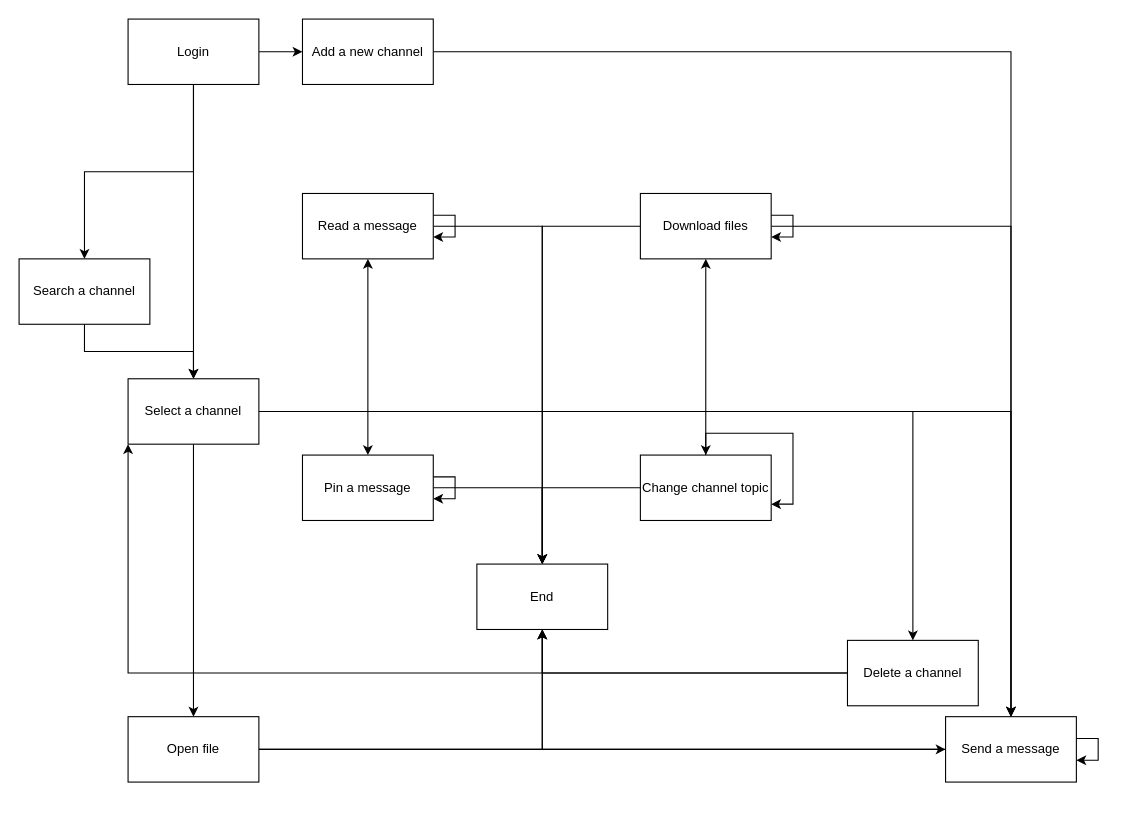
Above: BTLONTest.drawio in frozenproof/dactaphanmem (draw.io), before the change. Source tidied: cells renumbered, new cells numbered last; positions are measured from the earlier drawing's top-left corner, leaving out a move shared by most shapes. Both pictures are drawn from the tidied source at 109%, with x=0, y=0 at pixel (19, 19).
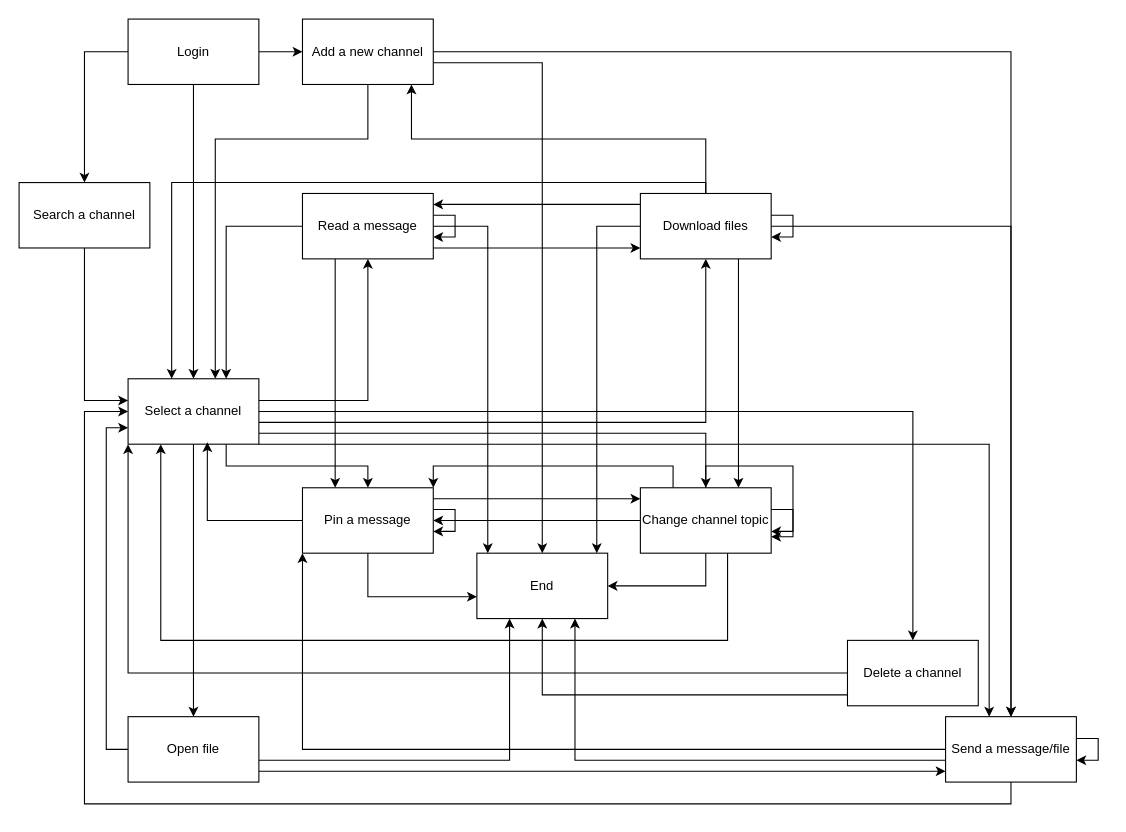
Above is the later version.

The change refers to these unchanged cells:
```xml
<mxCell id="5" value="Login" style="rounded=0;whiteSpace=wrap;html=1;" parent="1" vertex="1">
  <mxGeometry x="100" width="120" height="60" as="geometry" />
</mxCell>
<mxCell id="7" value="Add a new channel" style="rounded=0;whiteSpace=wrap;html=1;" parent="1" vertex="1">
  <mxGeometry x="260" width="120" height="60" as="geometry" />
</mxCell>
<mxCell id="14" value="Delete a channel" style="rounded=0;whiteSpace=wrap;html=1;" parent="1" vertex="1">
  <mxGeometry x="760" y="570" width="120" height="60" as="geometry" />
</mxCell>
<mxCell id="22" value="Select a channel" style="rounded=0;whiteSpace=wrap;html=1;" parent="1" vertex="1">
  <mxGeometry x="100" y="330" width="120" height="60" as="geometry" />
</mxCell>
<mxCell id="27" value="Download files" style="rounded=0;whiteSpace=wrap;html=1;" parent="1" vertex="1">
  <mxGeometry x="570" y="160" width="120" height="60" as="geometry" />
</mxCell>
<mxCell id="34" value="Open file" style="rounded=0;whiteSpace=wrap;html=1;" parent="1" vertex="1">
  <mxGeometry x="100" y="640" width="120" height="60" as="geometry" />
</mxCell>
<mxCell id="36" value="Read a message" style="rounded=0;whiteSpace=wrap;html=1;" parent="1" vertex="1">
  <mxGeometry x="260" y="160" width="120" height="60" as="geometry" />
</mxCell>
```

What changed in the source:
```diff
@@
     <mxCell id="3" style="edgeStyle=orthogonalEdgeStyle;rounded=0;jettySize=auto;html=1;" parent="1" edge="1" source="5" target="11">
-      <mxGeometry relative="1" as="geometry" />
+      <mxGeometry relative="1" as="geometry">
+        <Array as="points">
+          <mxPoint x="60" y="30" />
+        </Array>
+      </mxGeometry>
     </mxCell>
@@
+    <mxCell id="41" style="edgeStyle=orthogonalEdgeStyle;rounded=0;jettySize=auto;html=1;" parent="1" edge="1" source="7" target="30">
+      <mxGeometry relative="1" as="geometry">
+        <Array as="points">
+          <mxPoint x="480" y="40" />
+        </Array>
+      </mxGeometry>
+    </mxCell>
+    <mxCell id="42" style="edgeStyle=orthogonalEdgeStyle;rounded=0;jettySize=auto;html=1;" parent="1" edge="1" source="7" target="22">
+      <mxGeometry relative="1" as="geometry">
+        <Array as="points">
+          <mxPoint x="320" y="110" />
+          <mxPoint x="180" y="110" />
+        </Array>
+      </mxGeometry>
+    </mxCell>
@@
-    <mxCell id="8" style="edgeStyle=orthogonalEdgeStyle;rounded=0;jettySize=auto;html=1;entryX=0.5;entryY=1;entryDx=0;entryDy=0;" parent="1" edge="1" source="9" target="30">
-      <mxGeometry relative="1" as="geometry" />
+    <mxCell id="8" style="edgeStyle=orthogonalEdgeStyle;rounded=0;jettySize=auto;html=1;entryX=0.75;entryY=1;entryDx=0;entryDy=0;" parent="1" edge="1" source="9" target="30">
+      <mxGeometry relative="1" as="geometry">
+        <Array as="points">
+          <mxPoint x="510" y="680" />
+        </Array>
+      </mxGeometry>
     </mxCell>
+    <mxCell id="43" style="edgeStyle=orthogonalEdgeStyle;rounded=0;jettySize=auto;html=1;entryX=0;entryY=0.5;entryDx=0;entryDy=0;" parent="1" edge="1" source="9" target="22">
+      <mxGeometry relative="1" as="geometry">
+        <Array as="points">
+          <mxPoint x="910" y="720" />
+          <mxPoint x="60" y="720" />
+          <mxPoint x="60" y="360" />
+        </Array>
+      </mxGeometry>
+    </mxCell>
+    <mxCell id="44" style="edgeStyle=orthogonalEdgeStyle;rounded=0;jettySize=auto;html=1;entryX=0;entryY=1;entryDx=0;entryDy=0;" parent="1" edge="1" source="9" target="29">
+      <mxGeometry relative="1" as="geometry" />
+    </mxCell>
-    <mxCell id="9" value="Send a message" style="rounded=0;whiteSpace=wrap;html=1;" parent="1" vertex="1">
+    <mxCell id="9" value="Send a message/file" style="rounded=0;whiteSpace=wrap;html=1;" parent="1" vertex="1">
       <mxGeometry x="850" y="640" width="120" height="60" as="geometry" />
     </mxCell>
     <mxCell id="10" style="edgeStyle=orthogonalEdgeStyle;rounded=0;jettySize=auto;html=1;" parent="1" edge="1" source="11" target="22">
-      <mxGeometry relative="1" as="geometry" />
+      <mxGeometry relative="1" as="geometry">
+        <Array as="points">
+          <mxPoint x="60" y="350" />
+        </Array>
+      </mxGeometry>
     </mxCell>
     <mxCell id="11" value="Search a channel" style="rounded=0;whiteSpace=wrap;html=1;" parent="1" vertex="1">
-      <mxGeometry y="220" width="120" height="60" as="geometry" />
+      <mxGeometry y="150" width="120" height="60" as="geometry" />
     </mxCell>
     <mxCell id="12" style="edgeStyle=orthogonalEdgeStyle;rounded=0;jettySize=auto;html=1;" parent="1" edge="1" source="14" target="30">
-      <mxGeometry relative="1" as="geometry" />
+      <mxGeometry relative="1" as="geometry">
+        <Array as="points">
+          <mxPoint x="480" y="620" />
+        </Array>
+      </mxGeometry>
     </mxCell>
@@
     <mxCell id="15" style="edgeStyle=orthogonalEdgeStyle;rounded=0;jettySize=auto;html=1;" parent="1" edge="1" source="22" target="9">
-      <mxGeometry relative="1" as="geometry" />
+      <mxGeometry relative="1" as="geometry">
+        <Array as="points">
+          <mxPoint x="890" y="390" />
+        </Array>
+      </mxGeometry>
     </mxCell>
@@
     <mxCell id="17" style="edgeStyle=orthogonalEdgeStyle;rounded=0;jettySize=auto;html=1;" parent="1" edge="1" source="22" target="24">
-      <mxGeometry relative="1" as="geometry" />
+      <mxGeometry relative="1" as="geometry">
+        <Array as="points">
+          <mxPoint x="630" y="380" />
+        </Array>
+      </mxGeometry>
     </mxCell>
     <mxCell id="18" style="edgeStyle=orthogonalEdgeStyle;rounded=0;jettySize=auto;html=1;" parent="1" edge="1" source="22" target="27">
-      <mxGeometry relative="1" as="geometry" />
+      <mxGeometry relative="1" as="geometry">
+        <Array as="points">
+          <mxPoint x="630" y="370" />
+        </Array>
+      </mxGeometry>
     </mxCell>
     <mxCell id="19" style="edgeStyle=orthogonalEdgeStyle;rounded=0;jettySize=auto;html=1;" parent="1" edge="1" source="22" target="29">
-      <mxGeometry relative="1" as="geometry" />
+      <mxGeometry relative="1" as="geometry">
+        <Array as="points">
+          <mxPoint x="190" y="410" />
+          <mxPoint x="320" y="410" />
+        </Array>
+      </mxGeometry>
     </mxCell>
@@
     <mxCell id="21" style="edgeStyle=orthogonalEdgeStyle;rounded=0;jettySize=auto;html=1;" parent="1" edge="1" source="22" target="36">
-      <mxGeometry relative="1" as="geometry" />
+      <mxGeometry relative="1" as="geometry">
+        <Array as="points">
+          <mxPoint x="320" y="350" />
+        </Array>
+      </mxGeometry>
     </mxCell>
@@
     <mxCell id="23" style="edgeStyle=orthogonalEdgeStyle;rounded=0;jettySize=auto;html=1;" parent="1" edge="1" source="24" target="30">
-      <mxGeometry relative="1" as="geometry" />
+      <mxGeometry relative="1" as="geometry">
+        <Array as="points">
+          <mxPoint x="630" y="520" />
+        </Array>
+      </mxGeometry>
     </mxCell>
+    <mxCell id="45" style="edgeStyle=orthogonalEdgeStyle;rounded=0;jettySize=auto;html=1;entryX=0.25;entryY=1;entryDx=0;entryDy=0;" parent="1" edge="1" source="24" target="22">
+      <mxGeometry relative="1" as="geometry">
+        <Array as="points">
+          <mxPoint x="650" y="570" />
+          <mxPoint x="130" y="570" />
+        </Array>
+      </mxGeometry>
+    </mxCell>
+    <mxCell id="46" style="edgeStyle=orthogonalEdgeStyle;rounded=0;jettySize=auto;html=1;entryX=1;entryY=0;entryDx=0;entryDy=0;" parent="1" edge="1" source="24" target="29">
+      <mxGeometry relative="1" as="geometry">
+        <Array as="points">
+          <mxPoint x="600" y="410" />
+          <mxPoint x="380" y="410" />
+        </Array>
+      </mxGeometry>
+    </mxCell>
+    <mxCell id="47" style="edgeStyle=orthogonalEdgeStyle;rounded=0;jettySize=auto;html=1;" parent="1" edge="1" source="24" target="29">
+      <mxGeometry relative="1" as="geometry">
+        <Array as="points">
+          <mxPoint x="520" y="460" />
+          <mxPoint x="520" y="460" />
+        </Array>
+      </mxGeometry>
+    </mxCell>
     <mxCell id="24" value="Change channel topic" style="rounded=0;whiteSpace=wrap;html=1;" parent="1" vertex="1">
-      <mxGeometry x="570" y="400" width="120" height="60" as="geometry" />
+      <mxGeometry x="570" y="430" width="120" height="60" as="geometry" />
     </mxCell>
@@
     <mxCell id="26" style="edgeStyle=orthogonalEdgeStyle;rounded=0;jettySize=auto;html=1;" parent="1" edge="1" source="27" target="30">
-      <mxGeometry relative="1" as="geometry" />
+      <mxGeometry relative="1" as="geometry">
+        <Array as="points">
+          <mxPoint x="530" y="190" />
+        </Array>
+      </mxGeometry>
     </mxCell>
+    <mxCell id="48" style="edgeStyle=orthogonalEdgeStyle;rounded=0;jettySize=auto;html=1;" parent="1" edge="1" source="27" target="24">
+      <mxGeometry relative="1" as="geometry">
+        <Array as="points">
+          <mxPoint x="660" y="320" />
+          <mxPoint x="660" y="320" />
+        </Array>
+      </mxGeometry>
+    </mxCell>
+    <mxCell id="49" style="edgeStyle=orthogonalEdgeStyle;rounded=0;jettySize=auto;html=1;" parent="1" edge="1" source="27" target="36">
+      <mxGeometry relative="1" as="geometry">
+        <Array as="points">
+          <mxPoint x="470" y="170" />
+          <mxPoint x="470" y="170" />
+        </Array>
+      </mxGeometry>
+    </mxCell>
+    <mxCell id="50" style="edgeStyle=orthogonalEdgeStyle;rounded=0;jettySize=auto;html=1;" parent="1" edge="1" source="27" target="7">
+      <mxGeometry relative="1" as="geometry">
+        <Array as="points">
+          <mxPoint x="630" y="110" />
+          <mxPoint x="360" y="110" />
+        </Array>
+      </mxGeometry>
+    </mxCell>
@@
     <mxCell id="28" style="edgeStyle=orthogonalEdgeStyle;rounded=0;jettySize=auto;html=1;" parent="1" edge="1" source="29" target="30">
-      <mxGeometry relative="1" as="geometry" />
+      <mxGeometry relative="1" as="geometry">
+        <Array as="points">
+          <mxPoint x="320" y="530" />
+        </Array>
+      </mxGeometry>
     </mxCell>
+    <mxCell id="51" style="edgeStyle=orthogonalEdgeStyle;rounded=0;jettySize=auto;html=1;" parent="1" edge="1" source="29" target="24">
+      <mxGeometry relative="1" as="geometry">
+        <Array as="points">
+          <mxPoint x="470" y="440" />
+          <mxPoint x="470" y="440" />
+        </Array>
+      </mxGeometry>
+    </mxCell>
     <mxCell id="29" value="Pin a message" style="rounded=0;whiteSpace=wrap;html=1;" parent="1" vertex="1">
-      <mxGeometry x="260" y="400" width="120" height="60" as="geometry" />
+      <mxGeometry x="260" y="430" width="120" height="60" as="geometry" />
     </mxCell>
     <mxCell id="30" value="End" style="rounded=0;whiteSpace=wrap;html=1;" parent="1" vertex="1">
-      <mxGeometry x="420" y="500" width="120" height="60" as="geometry" />
+      <mxGeometry x="420" y="490" width="120" height="60" as="geometry" />
     </mxCell>
@@
     <mxCell id="32" style="edgeStyle=orthogonalEdgeStyle;rounded=0;jettySize=auto;html=1;" parent="1" edge="1" source="34" target="30">
-      <mxGeometry relative="1" as="geometry" />
+      <mxGeometry relative="1" as="geometry">
+        <Array as="points">
+          <mxPoint x="450" y="680" />
+        </Array>
+      </mxGeometry>
     </mxCell>
     <mxCell id="33" style="edgeStyle=orthogonalEdgeStyle;rounded=0;jettySize=auto;html=1;" parent="1" edge="1" source="34" target="9">
-      <mxGeometry relative="1" as="geometry" />
+      <mxGeometry relative="1" as="geometry">
+        <Array as="points">
+          <mxPoint x="530" y="690" />
+          <mxPoint x="530" y="690" />
+        </Array>
+      </mxGeometry>
     </mxCell>
+    <mxCell id="52" style="edgeStyle=orthogonalEdgeStyle;rounded=0;jettySize=auto;html=1;entryX=0;entryY=0.75;entryDx=0;entryDy=0;" parent="1" edge="1" source="34" target="22">
+      <mxGeometry relative="1" as="geometry">
+        <Array as="points">
+          <mxPoint x="80" y="670" />
+          <mxPoint x="80" y="375" />
+        </Array>
+      </mxGeometry>
+    </mxCell>
@@
     <mxCell id="35" style="edgeStyle=orthogonalEdgeStyle;rounded=0;jettySize=auto;html=1;" parent="1" edge="1" source="36" target="30">
-      <mxGeometry relative="1" as="geometry" />
+      <mxGeometry relative="1" as="geometry">
+        <Array as="points">
+          <mxPoint x="430" y="190" />
+        </Array>
+      </mxGeometry>
     </mxCell>
+    <mxCell id="53" style="edgeStyle=orthogonalEdgeStyle;rounded=0;jettySize=auto;html=1;entryX=0.75;entryY=0;entryDx=0;entryDy=0;" parent="1" edge="1" source="36" target="22">
+      <mxGeometry relative="1" as="geometry" />
+    </mxCell>
+    <mxCell id="54" style="edgeStyle=orthogonalEdgeStyle;rounded=0;jettySize=auto;html=1;" parent="1" edge="1" source="36" target="27">
+      <mxGeometry relative="1" as="geometry">
+        <Array as="points">
+          <mxPoint x="470" y="210" />
+          <mxPoint x="470" y="210" />
+        </Array>
+      </mxGeometry>
+    </mxCell>
+    <mxCell id="55" style="edgeStyle=orthogonalEdgeStyle;rounded=0;jettySize=auto;html=1;entryX=0.25;entryY=0;entryDx=0;entryDy=0;" parent="1" edge="1" source="36" target="29">
+      <mxGeometry relative="1" as="geometry">
+        <Array as="points">
+          <mxPoint x="290" y="270" />
+          <mxPoint x="290" y="270" />
+        </Array>
+      </mxGeometry>
+    </mxCell>
@@
+    <mxCell id="56" style="edgeStyle=orthogonalEdgeStyle;rounded=0;jettySize=auto;html=1;" parent="1" edge="1" source="27" target="22">
+      <mxGeometry relative="1" as="geometry">
+        <Array as="points">
+          <mxPoint x="630" y="150" />
+          <mxPoint x="140" y="150" />
+        </Array>
+      </mxGeometry>
+    </mxCell>
+    <mxCell id="57" style="edgeStyle=orthogonalEdgeStyle;rounded=0;jettySize=auto;html=1;entryX=0.606;entryY=0.971;entryDx=0;entryDy=0;entryPerimeter=0;" parent="1" edge="1" source="29" target="22">
+      <mxGeometry relative="1" as="geometry" />
+    </mxCell>
+    <mxCell id="58" style="edgeStyle=orthogonalEdgeStyle;rounded=0;orthogonalLoop=1;jettySize=auto;html=1;" parent="1" edge="1" source="24" target="24">
+      <mxGeometry relative="1" as="geometry" />
+    </mxCell>
```
